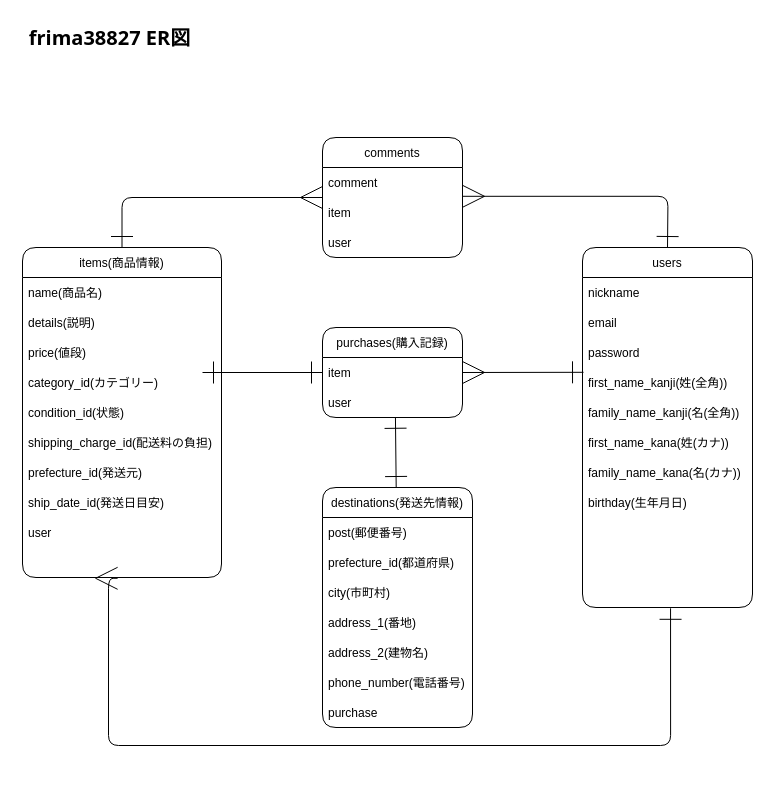
The draw.io diagram ER図.dio in Shou1204/furima-38827, before the edit. Source tidied: cells renumbered, new cells numbered last; positions are measured from the earlier drawing's top-left corner, leaving out a move shared by most shapes. Both pictures are drawn from the tidied source at 100%, with x=0, y=0 at pixel (17, 17).
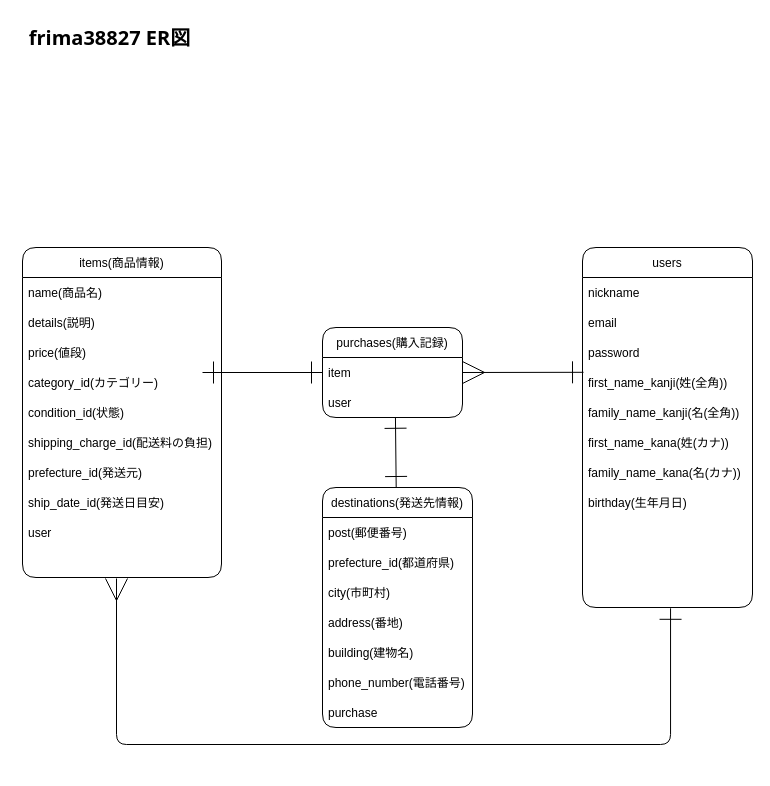
After the change.

Commit message (it also covers changes not shown here):
DB設計（再修正）

The change refers to these unchanged cells:
```xml
<mxCell id="7" value="items(商品情報)" style="swimlane;fontStyle=0;horizontal=1;startSize=30;rounded=1;fillColor=none;fontColor=#000000;strokeColor=#000000;" parent="1" vertex="1">
  <mxGeometry x="5" y="230" width="199" height="330" as="geometry" />
</mxCell>
<mxCell id="17" style="text;strokeColor=none;fillColor=none;align=left;verticalAlign=middle;spacingLeft=4;spacingRight=4;overflow=hidden;points=[[0,0.5],[1,0.5]];portConstraint=eastwest;rounded=1;fontColor=#000000;" parent="7" vertex="1">
  <mxGeometry y="300" width="199" height="30" as="geometry" />
</mxCell>
<mxCell id="29" style="text;strokeColor=none;fillColor=none;align=left;verticalAlign=middle;spacingLeft=4;spacingRight=4;overflow=hidden;points=[[0,0.5],[1,0.5]];portConstraint=eastwest;rounded=1;fontColor=#000000;" parent="18" vertex="1">
  <mxGeometry y="330" width="170" height="30" as="geometry" />
</mxCell>
<mxCell id="32" value="destinations(発送先情報)" style="swimlane;fontStyle=0;horizontal=1;startSize=30;rounded=1;fillColor=none;fontColor=#000000;strokeColor=#000000;" parent="1" vertex="1">
  <mxGeometry x="305" y="470" width="150" height="240" as="geometry" />
</mxCell>
```

Diff of the diagram source:
```diff
@@
-    <mxCell id="2" value="comments" style="swimlane;fontStyle=0;horizontal=1;startSize=30;rounded=1;fillColor=none;fontColor=#000000;strokeColor=#000000;" parent="1" vertex="1">
+    <mxCell id="2" value="comments" style="swimlane;fontStyle=0;horizontal=1;startSize=30;rounded=1;fillColor=none;noLabel=1;strokeColor=none;" parent="1" vertex="1">
       <mxGeometry x="305" y="120" width="140" height="120" as="geometry" />
     </mxCell>
-    <mxCell id="3" value="comment" style="text;align=left;verticalAlign=middle;spacingLeft=4;spacingRight=4;overflow=hidden;rounded=1;fontColor=#000000;" parent="2" vertex="1">
+    <mxCell id="3" value="comment" style="text;align=left;verticalAlign=middle;spacingLeft=4;spacingRight=4;overflow=hidden;rounded=1;fillColor=none;noLabel=1;strokeColor=none;" parent="2" vertex="1">
       <mxGeometry y="30" width="140" height="30" as="geometry" />
     </mxCell>
-    <mxCell id="4" value="item" style="text;strokeColor=none;fillColor=none;align=left;verticalAlign=middle;spacingLeft=4;spacingRight=4;overflow=hidden;points=[[0,0.5],[1,0.5]];portConstraint=eastwest;rounded=1;fontColor=#000000;" parent="2" vertex="1">
+    <mxCell id="4" value="item" style="text;align=left;verticalAlign=middle;spacingLeft=4;spacingRight=4;overflow=hidden;points=[[0,0.5],[1,0.5]];portConstraint=eastwest;rounded=1;fillColor=none;noLabel=1;strokeColor=none;" parent="2" vertex="1">
       <mxGeometry y="60" width="140" height="30" as="geometry" />
     </mxCell>
-    <mxCell id="5" value="user" style="text;strokeColor=none;fillColor=none;align=left;verticalAlign=middle;spacingLeft=4;spacingRight=4;overflow=hidden;rounded=1;fontColor=#000000;" parent="2" vertex="1">
+    <mxCell id="5" value="user" style="text;align=left;verticalAlign=middle;spacingLeft=4;spacingRight=4;overflow=hidden;rounded=1;fillColor=none;noLabel=1;strokeColor=none;" parent="2" vertex="1">
       <mxGeometry y="90" width="140" height="30" as="geometry" />
     </mxCell>
-    <mxCell id="6" style="rounded=1;html=1;endArrow=ERmany;endFill=0;strokeWidth=1;endSize=20;startSize=20;sourcePerimeterSpacing=0;jumpSize=6;startArrow=ERone;startFill=0;elbow=vertical;exitX=0.5;exitY=0;exitDx=0;exitDy=0;edgeStyle=orthogonalEdgeStyle;fontColor=#000000;strokeColor=#000000;" parent="1" edge="1" source="7" target="2">
+    <mxCell id="6" style="rounded=1;html=1;endArrow=ERmany;endFill=0;strokeWidth=1;endSize=20;startSize=20;sourcePerimeterSpacing=0;jumpSize=6;startArrow=ERone;startFill=0;elbow=vertical;exitX=0.5;exitY=0;exitDx=0;exitDy=0;edgeStyle=orthogonalEdgeStyle;fontColor=none;fillColor=none;noLabel=1;strokeColor=none;" parent="1" edge="1" source="7" target="2">
       <mxGeometry relative="1" as="geometry" />
     </mxCell>
@@
-    <mxCell id="30" style="rounded=1;html=1;endArrow=ERone;endFill=0;startArrow=ERmany;startFill=0;endSize=20;startSize=20;elbow=vertical;exitX=1;exitY=-0.04;exitDx=0;exitDy=0;edgeStyle=orthogonalEdgeStyle;exitPerimeter=0;fontColor=#000000;strokeColor=#000000;" parent="1" edge="1" source="4">
+    <mxCell id="30" style="rounded=1;html=1;endArrow=ERone;endFill=0;startArrow=ERmany;startFill=0;endSize=20;startSize=20;elbow=vertical;exitX=1;exitY=-0.04;exitDx=0;exitDy=0;edgeStyle=orthogonalEdgeStyle;exitPerimeter=0;fontColor=none;fillColor=none;noLabel=1;strokeColor=none;" parent="1" edge="1" source="4">
       <mxGeometry relative="1" as="geometry">
         <mxPoint x="650" y="230" as="targetPoint" />
       </mxGeometry>
     </mxCell>
@@
-    <mxCell id="36" value="address_1(番地)" style="text;strokeColor=none;fillColor=none;align=left;verticalAlign=middle;spacingLeft=4;spacingRight=4;overflow=hidden;rounded=1;fontColor=#000000;" parent="32" vertex="1">
+    <mxCell id="36" value="address(番地)" style="text;strokeColor=none;fillColor=none;align=left;verticalAlign=middle;spacingLeft=4;spacingRight=4;overflow=hidden;rounded=1;fontColor=#000000;" parent="32" vertex="1">
       <mxGeometry y="120" width="150" height="30" as="geometry" />
     </mxCell>
-    <mxCell id="37" value="address_2(建物名)" style="text;strokeColor=none;fillColor=none;align=left;verticalAlign=middle;spacingLeft=4;spacingRight=4;overflow=hidden;rounded=1;fontColor=#000000;" parent="32" vertex="1">
+    <mxCell id="37" value="building(建物名)" style="text;strokeColor=none;fillColor=none;align=left;verticalAlign=middle;spacingLeft=4;spacingRight=4;overflow=hidden;rounded=1;fontColor=#000000;" parent="32" vertex="1">
       <mxGeometry y="150" width="150" height="30" as="geometry" />
     </mxCell>
@@
-    <mxCell id="45" style="endArrow=ERmany;html=1;rounded=1;startSize=20;endSize=20;sourcePerimeterSpacing=0;strokeWidth=1;jumpSize=6;entryX=0.478;entryY=1.027;entryDx=0;entryDy=0;exitX=0.518;exitY=1.027;exitDx=0;exitDy=0;startArrow=ERone;startFill=0;endFill=0;edgeStyle=orthogonalEdgeStyle;elbow=vertical;entryPerimeter=0;exitPerimeter=0;fontColor=#000000;strokeColor=#000000;" parent="1" edge="1" source="29" target="17">
+    <mxCell id="45" style="endArrow=ERmany;html=1;rounded=1;startSize=20;endSize=20;sourcePerimeterSpacing=0;strokeWidth=1;jumpSize=6;exitX=0.518;exitY=1.027;exitDx=0;exitDy=0;startArrow=ERone;startFill=0;endFill=0;edgeStyle=elbowEdgeStyle;elbow=vertical;exitPerimeter=0;fontColor=#000000;strokeColor=#000000;" parent="1" edge="1" source="29">
       <mxGeometry relative="1" as="geometry">
+        <mxPoint x="99" y="561" as="targetPoint" />
         <Array as="points">
-          <mxPoint x="653" y="728" />
-          <mxPoint x="91" y="728" />
+          <mxPoint x="386" y="727" />
         </Array>
       </mxGeometry>
     </mxCell>
```
